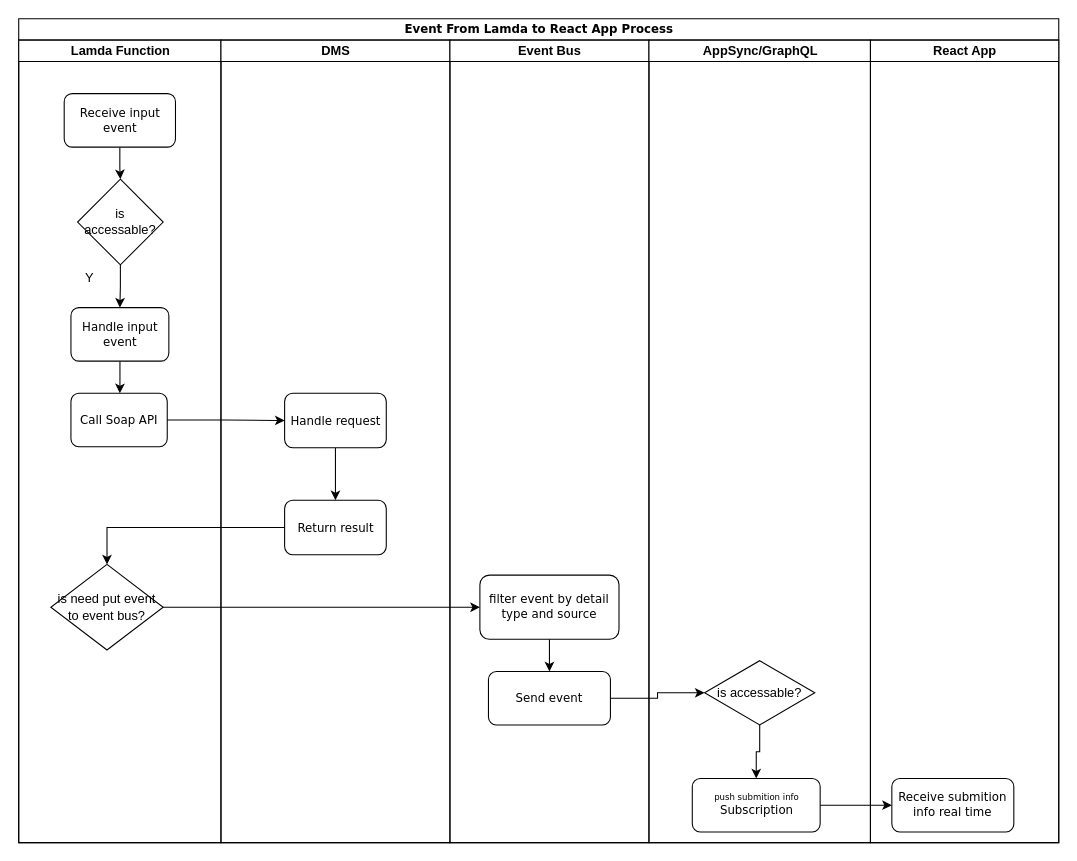
Before: DispathEventFromLamda.drawio in dieunguyen2003/deploycode, a draw.io diagram. Source tidied: cells renumbered, new cells numbered last; positions are measured from the earlier drawing's top-left corner, leaving out a move shared by most shapes. Both pictures are drawn from the tidied source at 107%, with x=0, y=0 at pixel (18, 18).
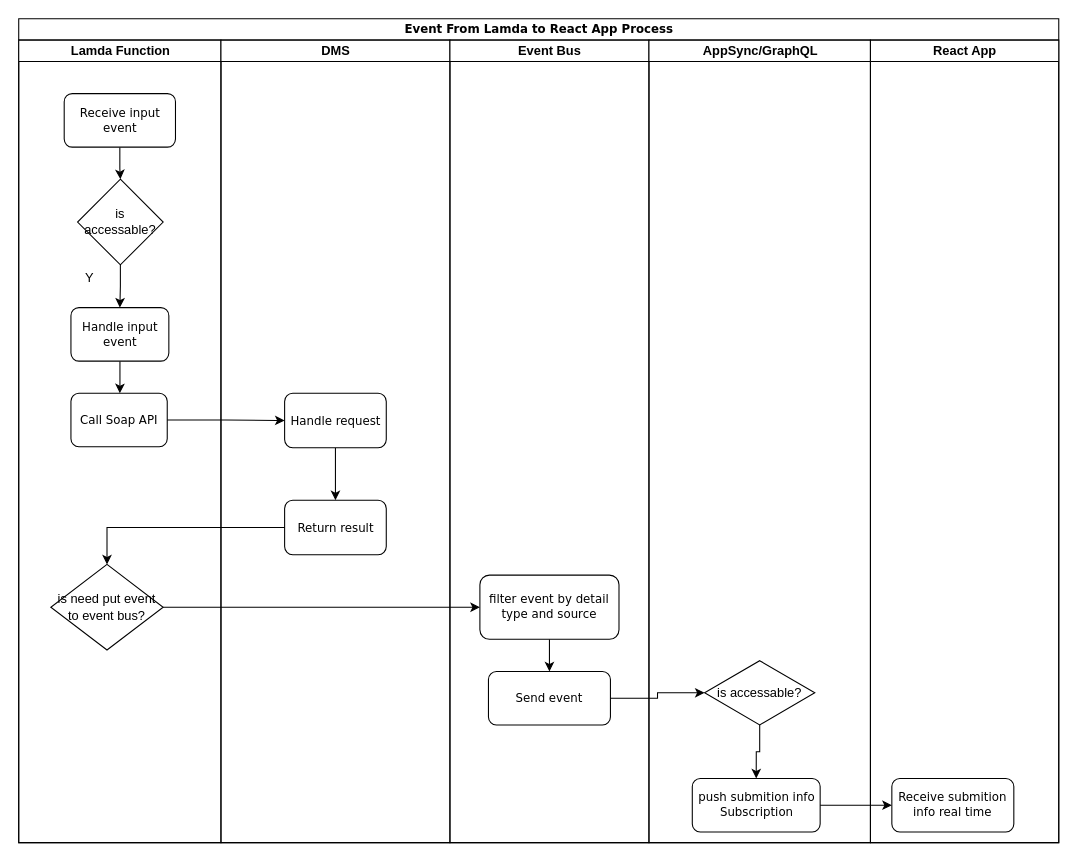
Above is the later version.

The change refers to these unchanged cells:
```xml
<mxCell id="20" value="AppSync/GraphQL" style="swimlane;html=1;startSize=20;" parent="2" vertex="1">
  <mxGeometry x="589" y="20" width="207" height="750" as="geometry" />
</mxCell>
```

What changed in the source:
```diff
@@
-    <mxCell id="23" value="push submition info&lt;br&gt;&lt;span style=&quot;font-size: 11px;&quot;&gt;Subscription&lt;/span&gt;" style="rounded=1;whiteSpace=wrap;html=1;shadow=0;labelBackgroundColor=none;strokeWidth=1;fontFamily=Verdana;fontSize=8;align=center;" parent="20" vertex="1">
+    <mxCell id="23" value="&lt;font style=&quot;font-size: 11px;&quot;&gt;push submition info&lt;br&gt;Subscription&lt;/font&gt;" style="rounded=1;whiteSpace=wrap;html=1;shadow=0;labelBackgroundColor=none;strokeWidth=1;fontFamily=Verdana;fontSize=8;align=center;" parent="20" vertex="1">
       <mxGeometry x="40.5" y="690" width="119.5" height="50" as="geometry" />
     </mxCell>
```
